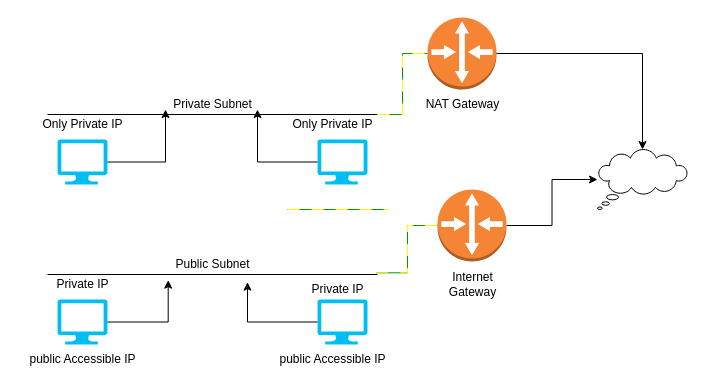
Earlier version of the draw.io diagram nandha.drawio (nandha-coder/git-pc). Source tidied: cells renumbered, new cells numbered last; positions are measured from the earlier drawing's top-left corner, leaving out a move shared by most shapes. Both pictures are drawn from the tidied source at 100%, with x=0, y=0 at pixel (17, 17).
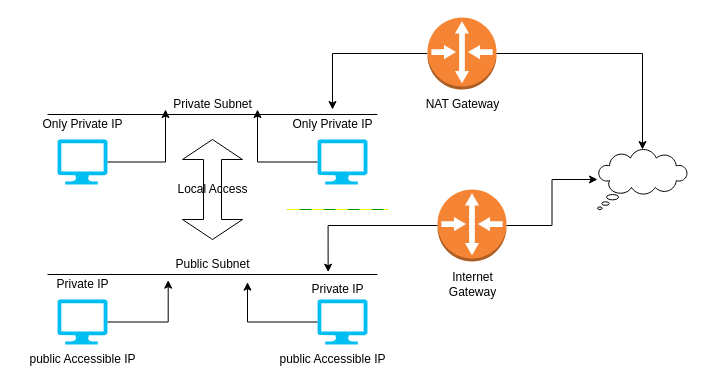
After the change.

Unchanged cells that the change refers to:
```xml
<mxCell id="2" style="line;strokeWidth=1;dashed=0;labelPosition=right;align=left;verticalAlign=middle;spacingTop=0;spacingLeft=6;points=[];portConstraint=eastwest;" parent="1" vertex="1">
  <mxGeometry x="30" y="252" width="330" height="10" as="geometry" />
</mxCell>
<mxCell id="6" style="line;strokeWidth=1;dashed=0;labelPosition=right;align=left;verticalAlign=middle;spacingTop=0;spacingLeft=6;points=[];portConstraint=eastwest;" parent="1" vertex="1">
  <mxGeometry x="30" y="92" width="330" height="10" as="geometry" />
</mxCell>
<mxCell id="11" style="outlineConnect=0;dashed=0;verticalLabelPosition=bottom;verticalAlign=top;align=center;html=1;shape=mxgraph.aws3.router;fillColor=#F58534;gradientColor=none;" parent="1" vertex="1">
  <mxGeometry x="410" width="69" height="72" as="geometry" />
</mxCell>
<mxCell id="13" style="outlineConnect=0;dashed=0;verticalLabelPosition=bottom;verticalAlign=top;align=center;html=1;shape=mxgraph.aws3.router;fillColor=#F58534;gradientColor=none;" parent="1" vertex="1">
  <mxGeometry x="420" y="172" width="69" height="72" as="geometry" />
</mxCell>
<mxCell id="23" value="Only Private IP" style="text;html=1;align=center;verticalAlign=middle;points=[];strokeColor=none;fillColor=none;" parent="1" vertex="1">
  <mxGeometry x="265" y="92" width="100" height="30" as="geometry" />
</mxCell>
<mxCell id="31" value="Private IP" style="text;html=1;align=center;verticalAlign=middle;points=[];strokeColor=none;fillColor=none;" parent="1" vertex="1">
  <mxGeometry x="280" y="257" width="80" height="30" as="geometry" />
</mxCell>
```

What changed in the source:
```diff
@@
+    <mxCell id="32" style="edgeStyle=orthogonalEdgeStyle;rounded=0;jettySize=auto;html=1;" parent="1" edge="1" source="11" target="23">
+      <mxGeometry relative="1" as="geometry" />
+    </mxCell>
@@
+    <mxCell id="33" style="edgeStyle=orthogonalEdgeStyle;rounded=0;jettySize=auto;html=1;entryX=0.383;entryY=-0.078;entryDx=0;entryDy=0;entryPerimeter=0;" parent="1" edge="1" source="13" target="31">
+      <mxGeometry relative="1" as="geometry" />
+    </mxCell>
@@
-    <mxCell id="14" style="shape=wire;edgeStyle=orthogonalEdgeStyle;jettySize=auto;html=1;sourcePerimeterSpacing=0;targetPerimeterSpacing=0;endArrow=none;curved=0;rounded=0;strokeColor=#009900;dashed=1;fillColor=#ffff00;dashPattern=12 12;fixDash=1;startSize=6;endSize=6;entryX=0;entryY=0.5;entryDx=0;entryDy=0;entryPerimeter=0;exitX=0.996;exitY=0.333;exitDx=0;exitDy=0;exitPerimeter=0;" parent="1" edge="1" source="2" target="13">
-      <mxGeometry relative="1" as="geometry" />
-    </mxCell>
-    <mxCell id="15" style="shape=wire;edgeStyle=orthogonalEdgeStyle;jettySize=auto;html=1;sourcePerimeterSpacing=0;targetPerimeterSpacing=0;endArrow=none;curved=0;rounded=0;strokeColor=#009900;dashed=1;fillColor=#ffff00;dashPattern=12 12;fixDash=1;startSize=6;endSize=6;entryX=0;entryY=0.5;entryDx=0;entryDy=0;entryPerimeter=0;" parent="1" edge="1" source="6" target="11">
-      <mxGeometry relative="1" as="geometry" />
-    </mxCell>
@@
+    <mxCell id="34" style="shape=wire;edgeStyle=orthogonalEdgeStyle;orthogonalLoop=1;jettySize=auto;html=1;sourcePerimeterSpacing=0;targetPerimeterSpacing=0;endArrow=none;curved=0;rounded=0;strokeColor=#009900;dashed=1;fillColor=#ffff00;dashPattern=12 12;fixDash=1;startSize=6;endSize=6;" parent="1" edge="1">
+      <mxGeometry relative="1" as="geometry">
+        <mxPoint x="270" y="192" as="sourcePoint" />
+        <mxPoint x="370" y="192" as="targetPoint" />
+      </mxGeometry>
+    </mxCell>
+    <mxCell id="35" style="shape=wire;edgeStyle=orthogonalEdgeStyle;orthogonalLoop=1;jettySize=auto;html=1;sourcePerimeterSpacing=0;targetPerimeterSpacing=0;endArrow=none;curved=0;rounded=0;strokeColor=#009900;dashed=1;fillColor=#ffff00;dashPattern=12 12;fixDash=1;startSize=6;endSize=6;" parent="1" edge="1">
+      <mxGeometry relative="1" as="geometry">
+        <mxPoint x="270" y="192" as="sourcePoint" />
+        <mxPoint x="370" y="192" as="targetPoint" />
+      </mxGeometry>
+    </mxCell>
+    <mxCell id="36" style="shape=doubleArrow;direction=south;whiteSpace=wrap;html=1;" parent="1" vertex="1">
+      <mxGeometry x="165" y="122" width="60" height="100" as="geometry" />
+    </mxCell>
+    <mxCell id="37" value="Local Access" style="text;html=1;align=center;verticalAlign=middle;strokeColor=none;fillColor=none;" parent="1" vertex="1">
+      <mxGeometry x="150" y="157" width="90" height="30" as="geometry" />
+    </mxCell>
```
